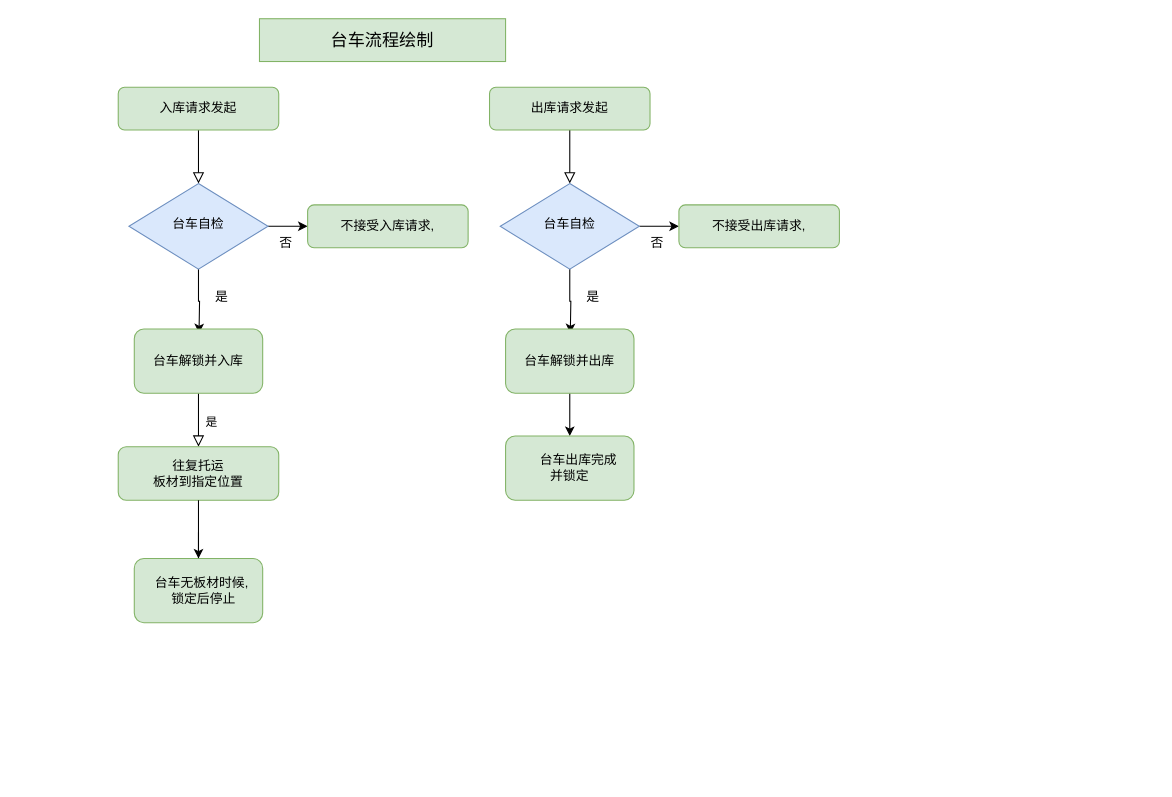
This is 未命名绘图.drawio from xiaoDingc/awesome-job, a draw.io file, before an edit. Source tidied: cells renumbered, new cells numbered last; positions are measured from the earlier drawing's top-left corner, leaving out a move shared by most shapes. Both pictures are drawn from the tidied source at 107%, with x=0, y=0 at pixel (118, 18).
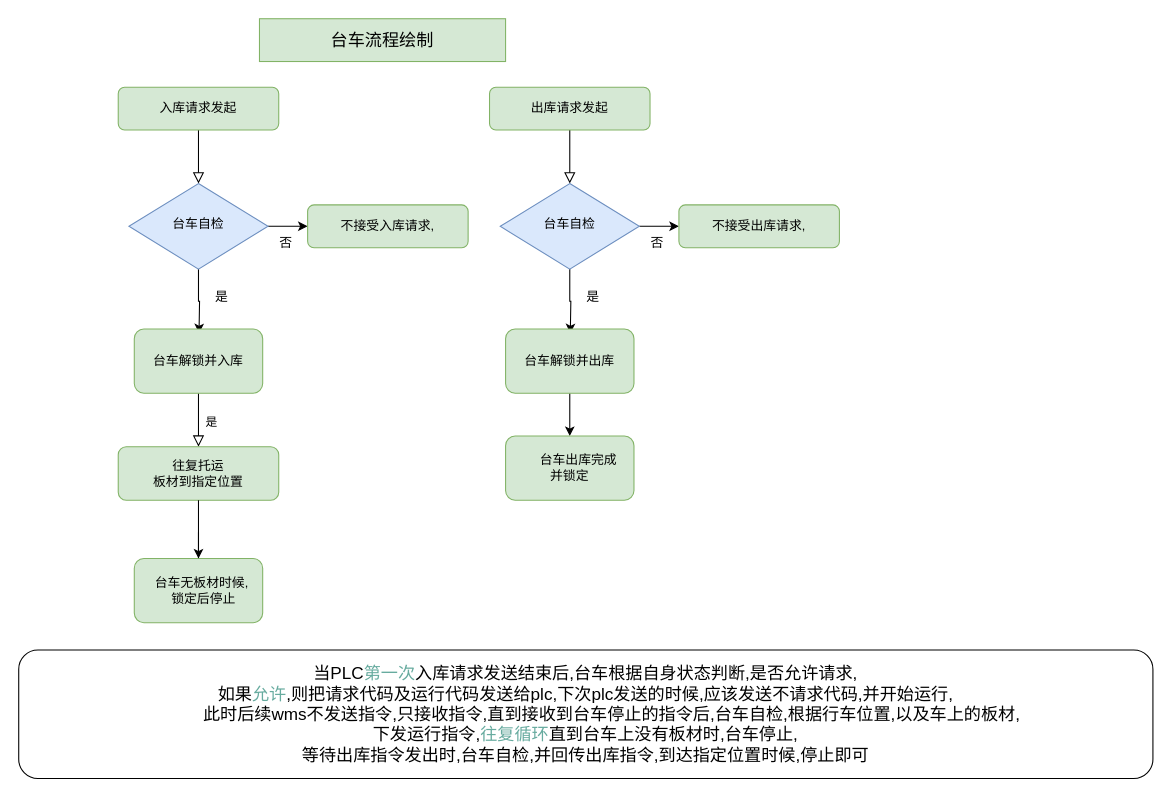
Above is the later version.

Commit message:
更新未命名绘图.drawio

What changed in the source:
```diff
@@
+    <mxCell id="28" value="&lt;font style=&quot;font-size: 16px&quot;&gt;当PLC&lt;font color=&quot;#67ab9f&quot;&gt;第一次&lt;/font&gt;入库请求发送结束后,台车根据自身状态判断,是否允许请求,&lt;br&gt;如果&lt;font color=&quot;#67ab9f&quot;&gt;允许&lt;/font&gt;,则把请求代码及运行代码发送给plc,下次plc发送的时候,应该发送不请求代码,并开始运行,&lt;br&gt;&amp;nbsp; &amp;nbsp; &amp;nbsp; &amp;nbsp; &amp;nbsp; &amp;nbsp;此时后续wms不发送指令,只接收指令,直到接收到台车停止的指令后,台车自检,根据行车位置,以及车上的板材,&lt;br&gt;下发运行指令,&lt;font color=&quot;#67ab9f&quot;&gt;往复循环&lt;/font&gt;直到台车上没有板材时,台车停止,&lt;br&gt;等待出库指令发出时,台车自检,并回传出库指令,到达指定位置时候,停止即可&lt;br&gt;&lt;/font&gt;" style="rounded=1;whiteSpace=wrap;html=1;" parent="1" vertex="1">
+      <mxGeometry x="-93" y="590" width="1060" height="120" as="geometry" />
+    </mxCell>
```
